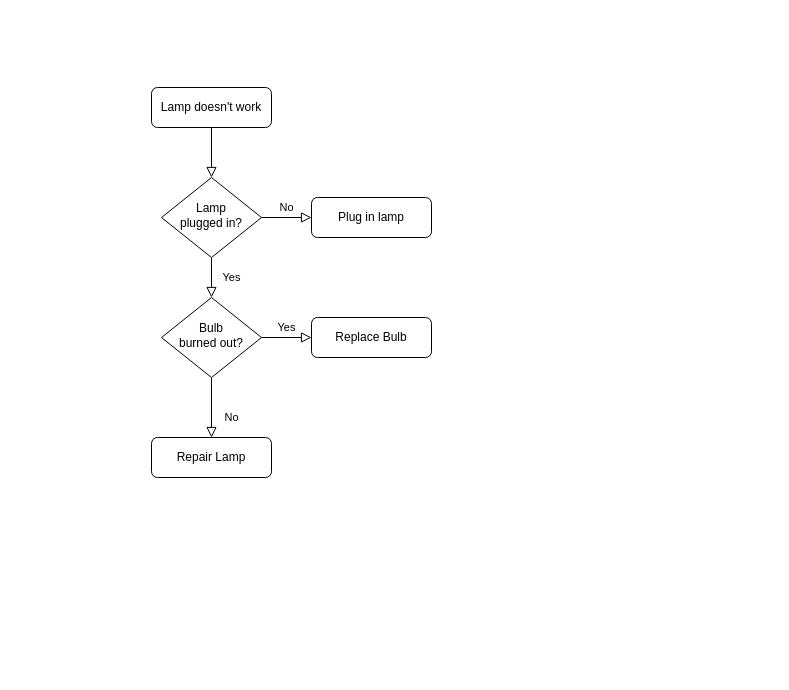
This is images/Untitled Diagram.drawio from Barkas218/TinDog-Start, a draw.io file, before an edit. Source tidied: cells renumbered, new cells numbered last; positions are measured from the earlier drawing's top-left corner, leaving out a move shared by most shapes. Both pictures are drawn from the tidied source at 100%, with x=0, y=0 at pixel (151, 87).
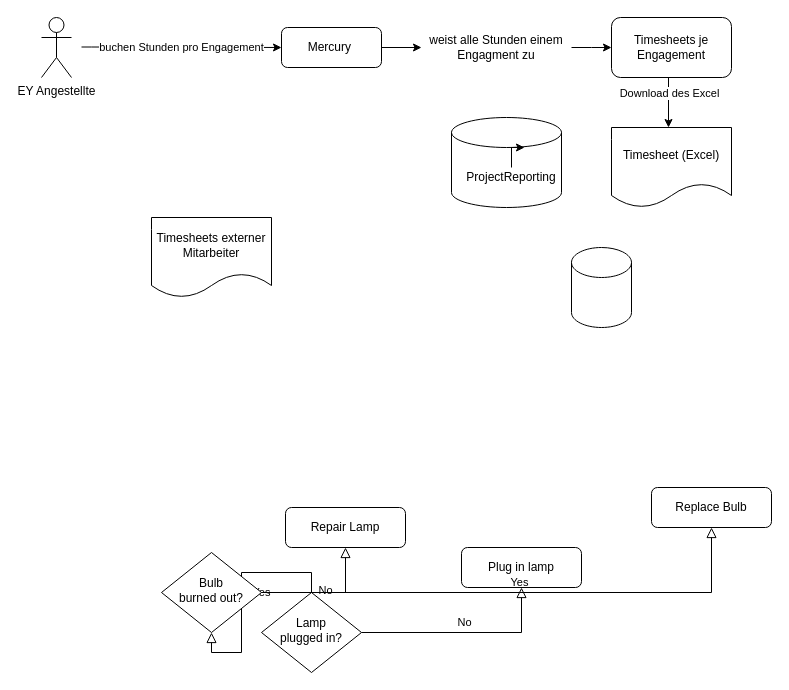
After the change.

What changed in the source:
```diff
@@
-    <mxCell id="2" style="rounded=0;html=1;jettySize=auto;fontSize=11;endArrow=block;endFill=0;endSize=8;strokeWidth=1;shadow=0;labelBackgroundColor=none;edgeStyle=orthogonalEdgeStyle;" parent="1" edge="1" source="3" target="6">
-      <mxGeometry relative="1" as="geometry" />
-    </mxCell>
+    <mxCell id="13" style="edgeStyle=orthogonalEdgeStyle;rounded=0;jettySize=auto;html=1;exitX=1;exitY=0.5;exitDx=0;exitDy=0;" parent="1" edge="1" source="16">
+      <mxGeometry relative="1" as="geometry">
+        <mxPoint x="460" y="-40" as="targetPoint" />
+      </mxGeometry>
+    </mxCell>
-    <mxCell id="3" value="Lamp doesn't work" style="rounded=1;whiteSpace=wrap;html=1;fontSize=12;glass=0;strokeWidth=1;shadow=0;" parent="1" vertex="1">
-      <mxGeometry width="120" height="40" as="geometry" />
+    <mxCell id="3" value="Mercury&amp;nbsp;" style="rounded=1;whiteSpace=wrap;html=1;fontSize=12;glass=0;strokeWidth=1;shadow=0;" parent="1" vertex="1">
+      <mxGeometry x="130" y="-60" width="100" height="40" as="geometry" />
     </mxCell>
@@
     <mxCell id="6" value="Lamp&lt;br&gt;plugged in?" style="rhombus;whiteSpace=wrap;html=1;shadow=0;fontFamily=Helvetica;fontSize=12;align=center;strokeWidth=1;spacing=6;spacingTop=-4;" parent="1" vertex="1">
-      <mxGeometry x="10" y="90" width="100" height="80" as="geometry" />
+      <mxGeometry x="110" y="505" width="100" height="80" as="geometry" />
     </mxCell>
     <mxCell id="7" value="Plug in lamp" style="rounded=1;whiteSpace=wrap;html=1;fontSize=12;glass=0;strokeWidth=1;shadow=0;" parent="1" vertex="1">
-      <mxGeometry x="160" y="110" width="120" height="40" as="geometry" />
+      <mxGeometry x="310" y="460" width="120" height="40" as="geometry" />
     </mxCell>
@@
     <mxCell id="10" value="Bulb&lt;br&gt;burned out?" style="rhombus;whiteSpace=wrap;html=1;shadow=0;fontFamily=Helvetica;fontSize=12;align=center;strokeWidth=1;spacing=6;spacingTop=-4;" parent="1" vertex="1">
-      <mxGeometry x="10" y="210" width="100" height="80" as="geometry" />
+      <mxGeometry x="10" y="465" width="100" height="80" as="geometry" />
     </mxCell>
     <mxCell id="11" value="Repair Lamp" style="rounded=1;whiteSpace=wrap;html=1;fontSize=12;glass=0;strokeWidth=1;shadow=0;" parent="1" vertex="1">
-      <mxGeometry y="350" width="120" height="40" as="geometry" />
+      <mxGeometry x="134" y="420" width="120" height="40" as="geometry" />
     </mxCell>
     <mxCell id="12" value="Replace Bulb" style="rounded=1;whiteSpace=wrap;html=1;fontSize=12;glass=0;strokeWidth=1;shadow=0;" parent="1" vertex="1">
-      <mxGeometry x="160" y="230" width="120" height="40" as="geometry" />
+      <mxGeometry x="500" y="400" width="120" height="40" as="geometry" />
     </mxCell>
+    <mxCell id="14" value="buchen Stunden pro Engagement" style="edgeStyle=orthogonalEdgeStyle;rounded=0;orthogonalLoop=1;jettySize=auto;html=1;" parent="1" edge="1">
+      <mxGeometry relative="1" as="geometry">
+        <mxPoint x="-70" y="-40.5" as="sourcePoint" />
+        <mxPoint x="130" y="-40" as="targetPoint" />
+        <Array as="points">
+          <mxPoint x="-60" y="-40.5" />
+          <mxPoint x="-60" y="-40.5" />
+        </Array>
+      </mxGeometry>
+    </mxCell>
+    <mxCell id="15" value="EY Angestellte" style="shape=umlActor;verticalLabelPosition=bottom;verticalAlign=top;html=1;" parent="1" vertex="1">
+      <mxGeometry x="-110" y="-70" width="30" height="60" as="geometry" />
+    </mxCell>
+    <mxCell id="16" value="weist alle Stunden einem Engagment zu" style="text;html=1;strokeColor=none;fillColor=none;align=center;verticalAlign=middle;whiteSpace=wrap;rounded=0;" parent="1" vertex="1">
+      <mxGeometry x="270" y="-50" width="150" height="20" as="geometry" />
+    </mxCell>
+    <mxCell id="17" style="edgeStyle=orthogonalEdgeStyle;rounded=0;jettySize=auto;html=1;exitX=1;exitY=0.5;exitDx=0;exitDy=0;" parent="1" edge="1" source="3" target="16">
+      <mxGeometry relative="1" as="geometry" />
+    </mxCell>
+    <mxCell id="18" style="endArrow=classic;html=1;" parent="1" edge="1">
+      <mxGeometry relative="1" as="geometry">
+        <mxPoint x="517" y="-30" as="sourcePoint" />
+        <mxPoint x="517" y="40" as="targetPoint" />
+      </mxGeometry>
+    </mxCell>
+    <mxCell id="19" value="Download des Excel" style="edgeLabel;html=1;align=center;verticalAlign=middle;" parent="18" vertex="1">
+      <mxGeometry relative="1" as="geometry" />
+    </mxCell>
+    <mxCell id="20" style="shape=cylinder3;whiteSpace=wrap;html=1;boundedLbl=1;backgroundOutline=1;size=15;" parent="1" vertex="1">
+      <mxGeometry x="300" y="30" width="110" height="90" as="geometry" />
+    </mxCell>
+    <mxCell id="21" style="shape=cylinder3;whiteSpace=wrap;html=1;boundedLbl=1;backgroundOutline=1;size=15;" parent="1" vertex="1">
+      <mxGeometry x="420" y="160" width="60" height="80" as="geometry" />
+    </mxCell>
+    <mxCell id="22" value="Timesheet (Excel)" style="shape=document;whiteSpace=wrap;html=1;boundedLbl=1;" parent="1" vertex="1">
+      <mxGeometry x="460" y="40" width="120" height="80" as="geometry" />
+    </mxCell>
+    <mxCell id="23" value="Timesheets je Engagement" style="rounded=1;whiteSpace=wrap;html=1;" parent="1" vertex="1">
+      <mxGeometry x="460" y="-70" width="120" height="60" as="geometry" />
+    </mxCell>
+    <mxCell id="24" value="Timesheets externer Mitarbeiter" style="shape=document;whiteSpace=wrap;html=1;boundedLbl=1;" parent="1" vertex="1">
+      <mxGeometry y="130" width="120" height="80" as="geometry" />
+    </mxCell>
+    <mxCell id="25" style="edgeStyle=orthogonalEdgeStyle;rounded=0;jettySize=auto;html=1;entryX=0.664;entryY=0.344;entryDx=0;entryDy=0;entryPerimeter=0;" parent="1" edge="1" source="26" target="20">
+      <mxGeometry relative="1" as="geometry" />
+    </mxCell>
+    <mxCell id="26" value="ProjectReporting" style="text;html=1;strokeColor=none;fillColor=none;align=center;verticalAlign=middle;whiteSpace=wrap;rounded=0;" parent="1" vertex="1">
+      <mxGeometry x="340" y="80" width="40" height="20" as="geometry" />
+    </mxCell>
```
